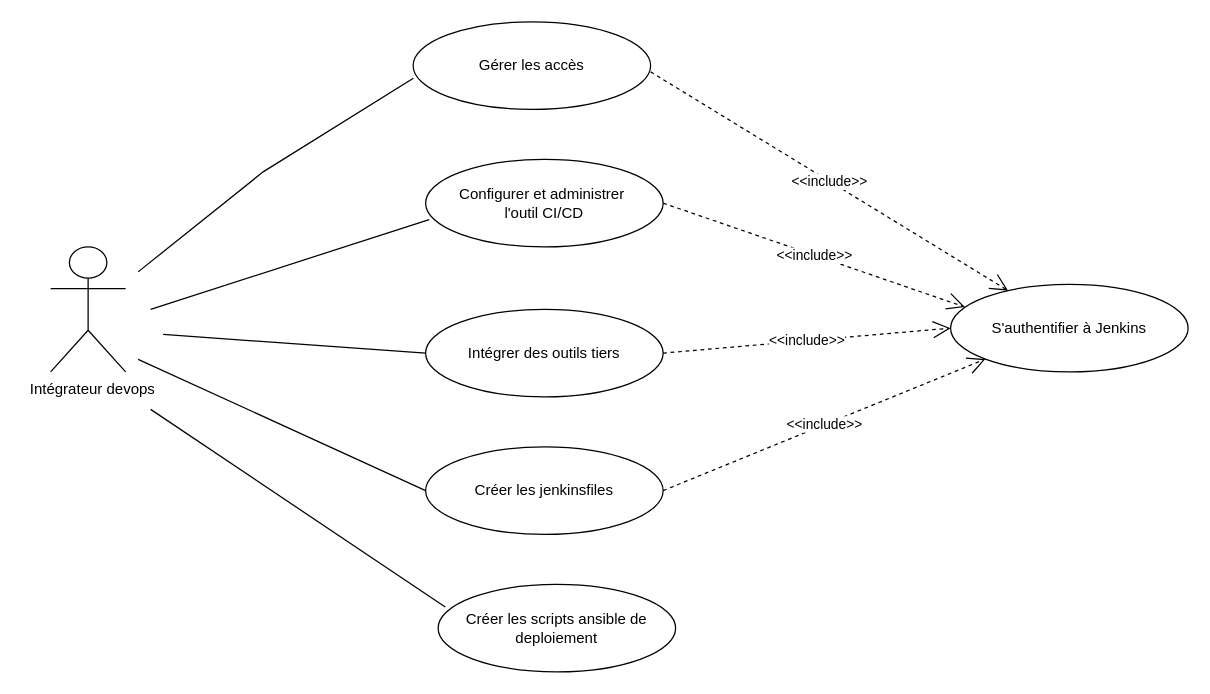
Earlier version of the draw.io diagram page "Page-4" (11 of 14) of Diagramme sans nom.drawio (EmiraDga/CanvasAnimation). Source tidied: cells renumbered, new cells numbered last; positions are measured from the earlier drawing's top-left corner, leaving out a move shared by most shapes. Both pictures are drawn from the tidied source at 125%, with x=0, y=0 at pixel (50, 21).
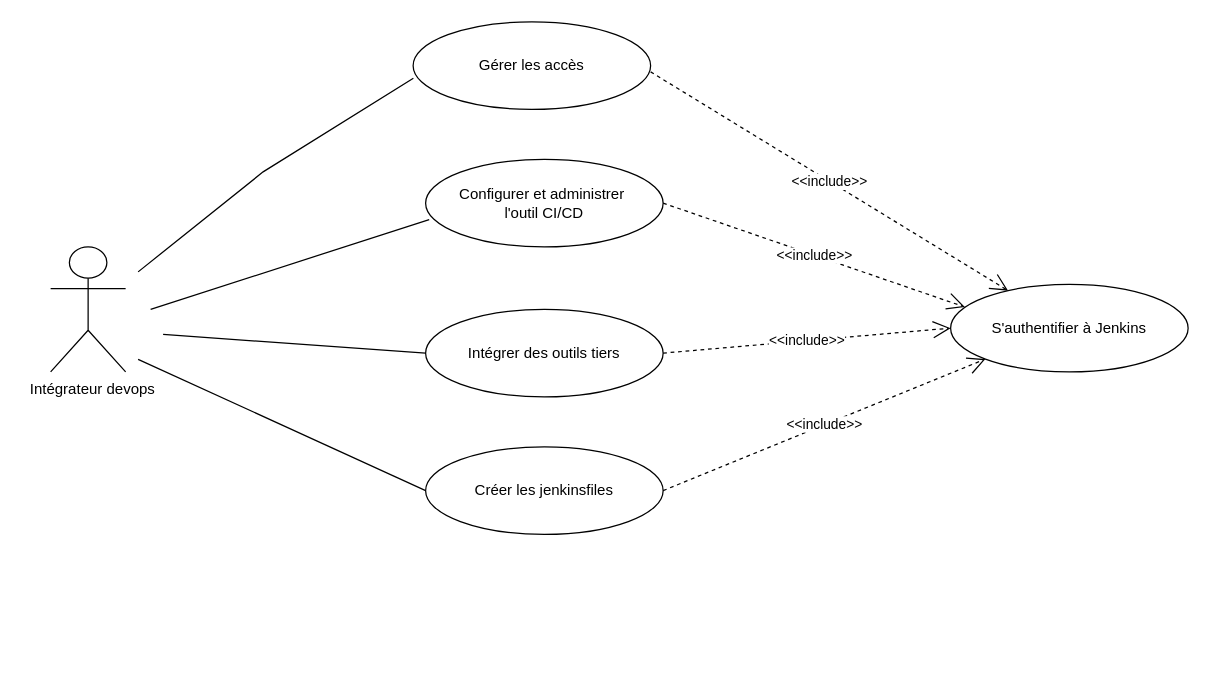
The same diagram, later.

Commit message:
Mettre à jour Diagramme sans nom.drawio

What changed in the source:
```diff
@@
-    <mxCell id="3" value="Créer les scripts ansible de deploiement" style="ellipse;whiteSpace=wrap;html=1;" parent="1" vertex="1">
-      <mxGeometry x="310" y="450" width="190" height="70" as="geometry" />
-    </mxCell>
@@
-    <mxCell id="17" style="endArrow=none;html=1;rounded=0;entryX=0.03;entryY=0.259;entryDx=0;entryDy=0;entryPerimeter=0;" parent="1" edge="1" target="3">
-      <mxGeometry relative="1" as="geometry">
-        <mxPoint x="80" y="310" as="sourcePoint" />
-      </mxGeometry>
-    </mxCell>
```
